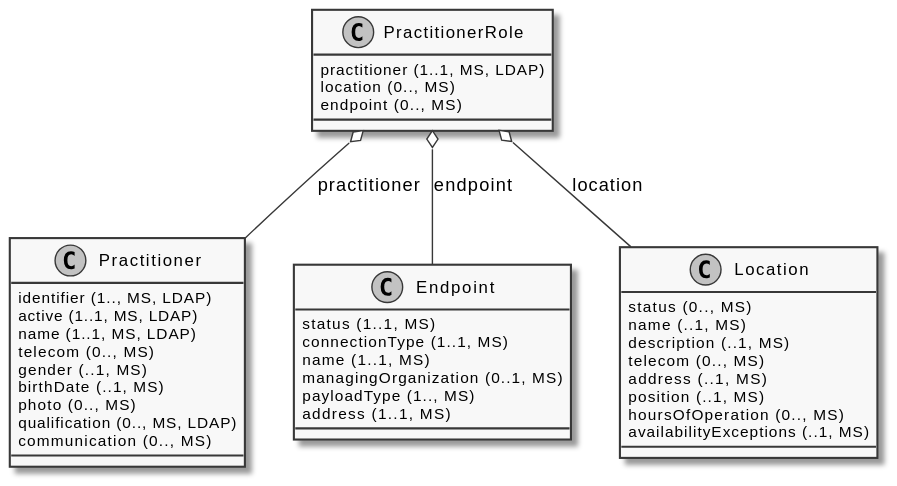
This is images/diagrams/ClassDiagram.PractitionerRole.svg from gematik/api-vzd, a PlantUML export, as it was before one commit.
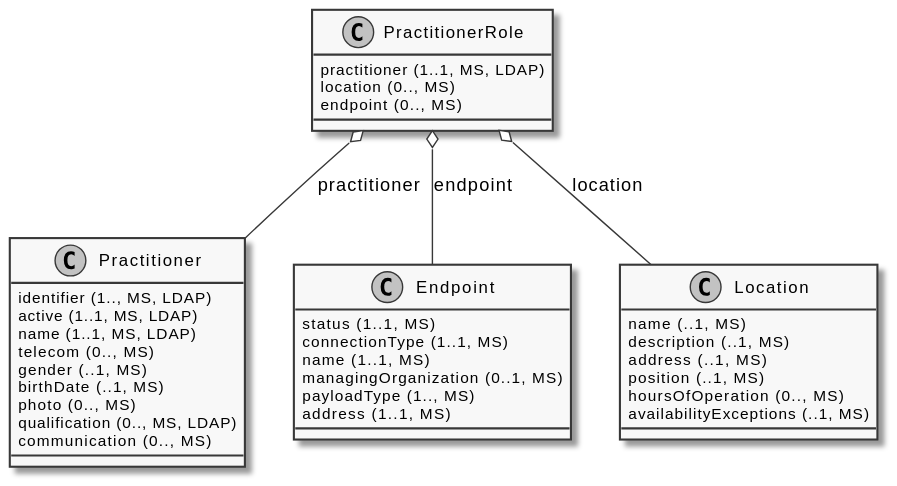
The same diagram one commit later.

Diff of the diagram source:
```diff
@@ -25,10 +25,8 @@
   {field} address (1..1, MS)
 }
 class Location {
-  {field} status (0.., MS)
   {field} name (..1, MS)
   {field} description (..1, MS)
-  {field} telecom (0.., MS)
   {field} address (..1, MS)
   {field} position (..1, MS)
   {field} hoursOfOperation (0.., MS)
```
